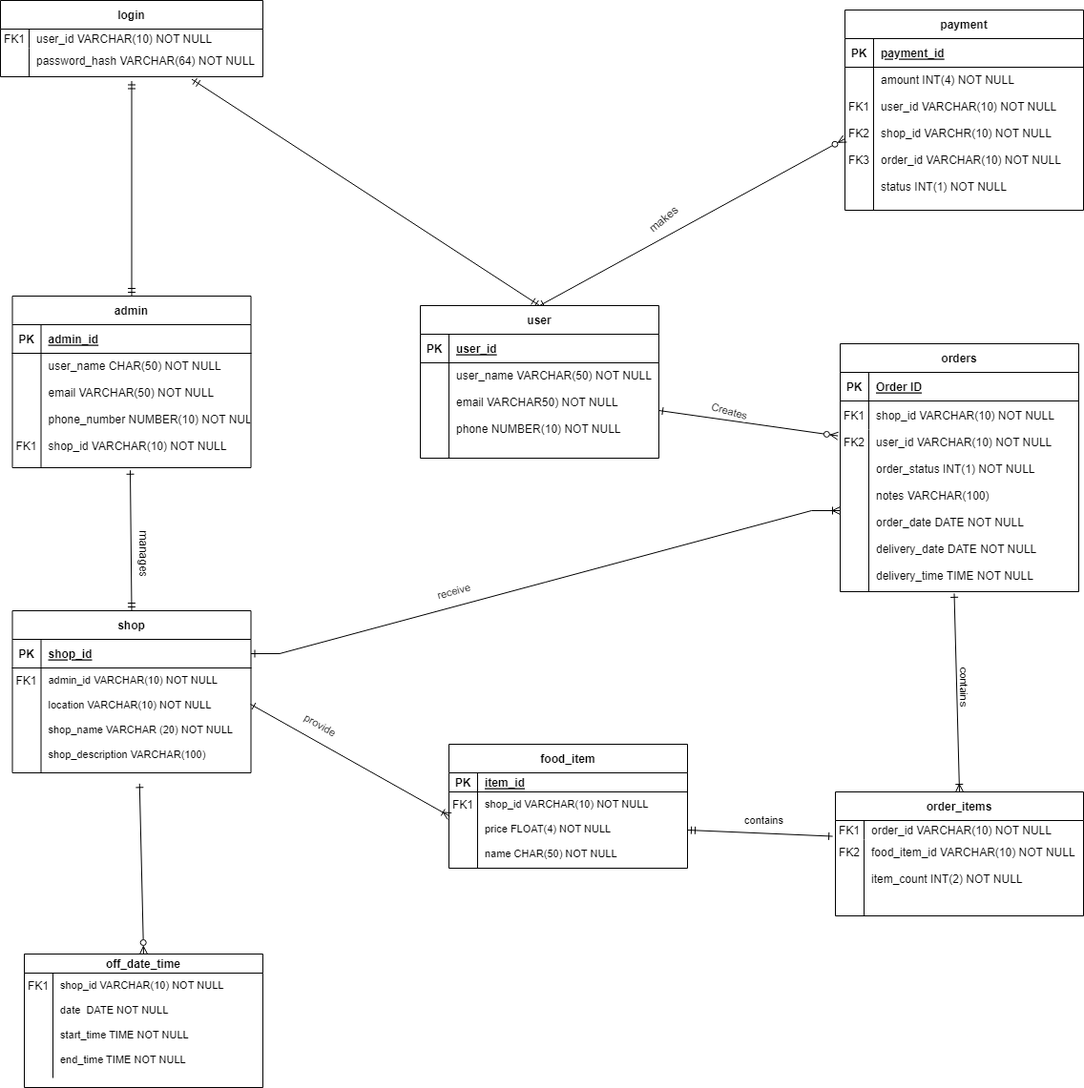
Adhokshaja73/Fast-Food keeps this draw.io diagram as Documentation/ER_diagram.png. Above is the earlier version. Source tidied: cells renumbered, new cells last; positions are measured from the earlier drawing's top-left corner, leaving out a move shared by most shapes.
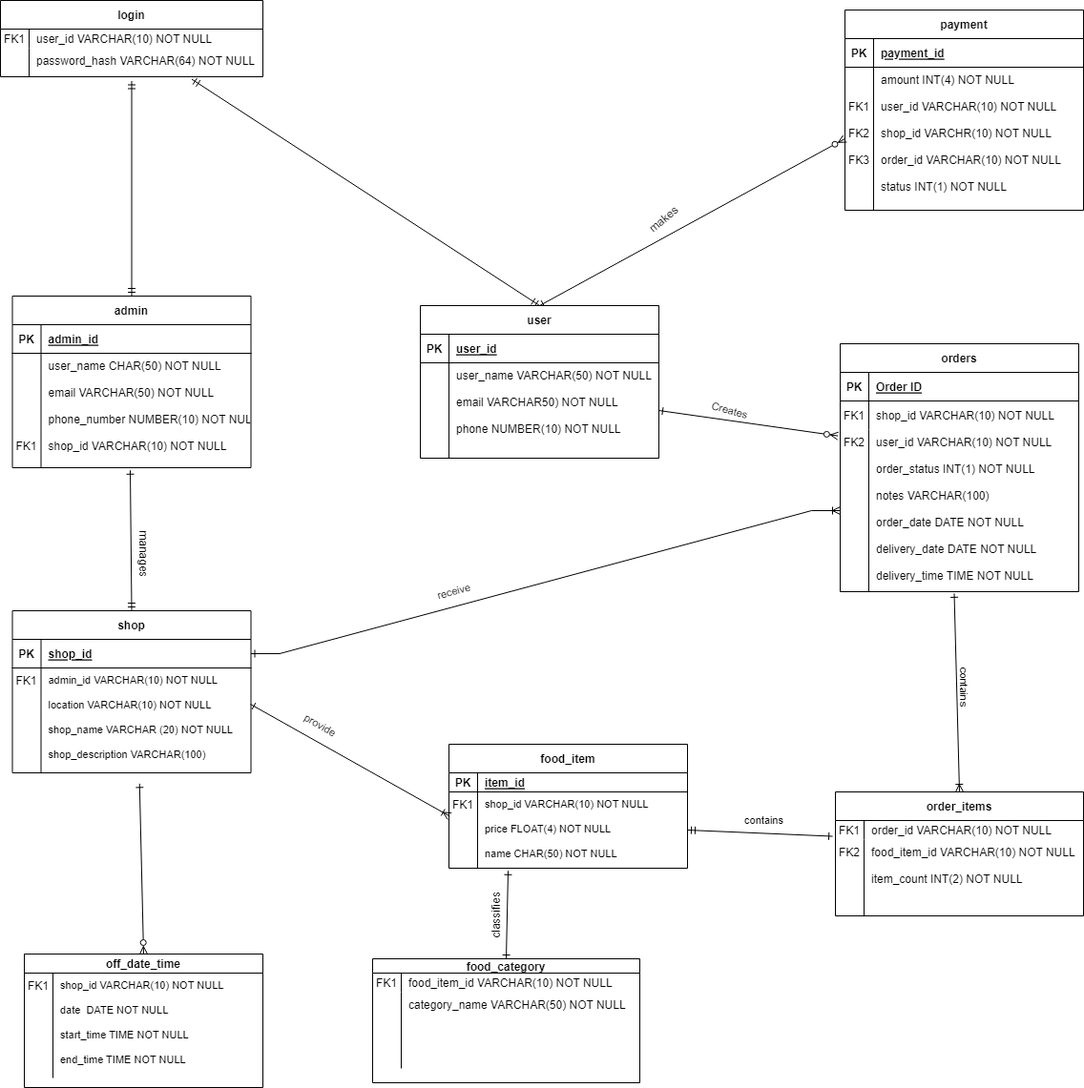
Above is the later version.

Change to the diagram source:
```diff
@@ -244,5 +244,32 @@
     <mxCell id="81" style="edgeStyle=none;rounded=0;jettySize=auto;html=1;exitX=0.533;exitY=1.103;exitDx=0;exitDy=0;fontSize=12;startArrow=ERone;startFill=0;endArrow=ERzeroToMany;endFill=0;exitPerimeter=0;entryX=0.5;entryY=0;entryDx=0;entryDy=0;" parent="1" edge="1" source="46" target="77">
       <mxGeometry relative="1" as="geometry" />
     </mxCell>
+    <mxCell id="82" style="rounded=0;jettySize=auto;html=1;exitX=0.5;exitY=0;exitDx=0;exitDy=0;entryX=0.248;entryY=1.035;entryDx=0;entryDy=0;entryPerimeter=0;endArrow=ERone;endFill=0;startArrow=ERone;startFill=0;" parent="1" edge="1" source="83" target="37">
+      <mxGeometry relative="1" as="geometry" />
+    </mxCell>
+    <mxCell id="83" value="food_category" style="shape=table;startSize=15;rowLines=0;fontStyle=1;align=center;" parent="1" vertex="1">
+      <mxGeometry x="390" y="1005" width="280" height="130" as="geometry" />
+    </mxCell>
+    <mxCell id="84" style="shape=partialRectangle;fillColor=none;top=0;left=0;right=0;bottom=0;" parent="83" vertex="1">
+      <mxGeometry y="15" width="280" height="20" as="geometry" />
+    </mxCell>
+    <mxCell id="85" value="FK1" style="shape=partialRectangle;overflow=hidden;fillColor=none;top=0;left=0;bottom=0;right=0;" parent="84" vertex="1">
+      <mxGeometry width="30" height="20" as="geometry" />
+    </mxCell>
+    <mxCell id="86" value="food_item_id VARCHAR(10) NOT NULL" style="shape=partialRectangle;overflow=hidden;fillColor=none;top=0;left=0;bottom=0;right=0;align=left;spacingLeft=6;" parent="84" vertex="1">
+      <mxGeometry x="30" width="250" height="20" as="geometry" />
+    </mxCell>
+    <mxCell id="87" style="shape=partialRectangle;fillColor=none;top=0;left=0;right=0;bottom=0;" parent="83" vertex="1">
+      <mxGeometry y="35" width="280" height="80" as="geometry" />
+    </mxCell>
+    <mxCell id="88" style="shape=partialRectangle;overflow=hidden;fillColor=none;top=0;left=0;bottom=0;right=0;verticalAlign=top;" parent="87" vertex="1">
+      <mxGeometry width="30" height="80" as="geometry" />
+    </mxCell>
+    <mxCell id="89" value="category_name VARCHAR(50) NOT NULL" style="shape=partialRectangle;overflow=hidden;fillColor=none;top=0;left=0;bottom=0;right=0;align=left;spacingLeft=6;verticalAlign=top;" parent="87" vertex="1">
+      <mxGeometry x="30" width="250" height="80" as="geometry" />
+    </mxCell>
+    <mxCell id="90" value="classifies" style="text;html=1;align=center;verticalAlign=middle;strokeColor=none;fillColor=none;rotation=-90;" parent="1" vertex="1">
+      <mxGeometry x="490" y="950" width="60" height="20" as="geometry" />
+    </mxCell>
   </root>
 </mxGraphModel>
```
